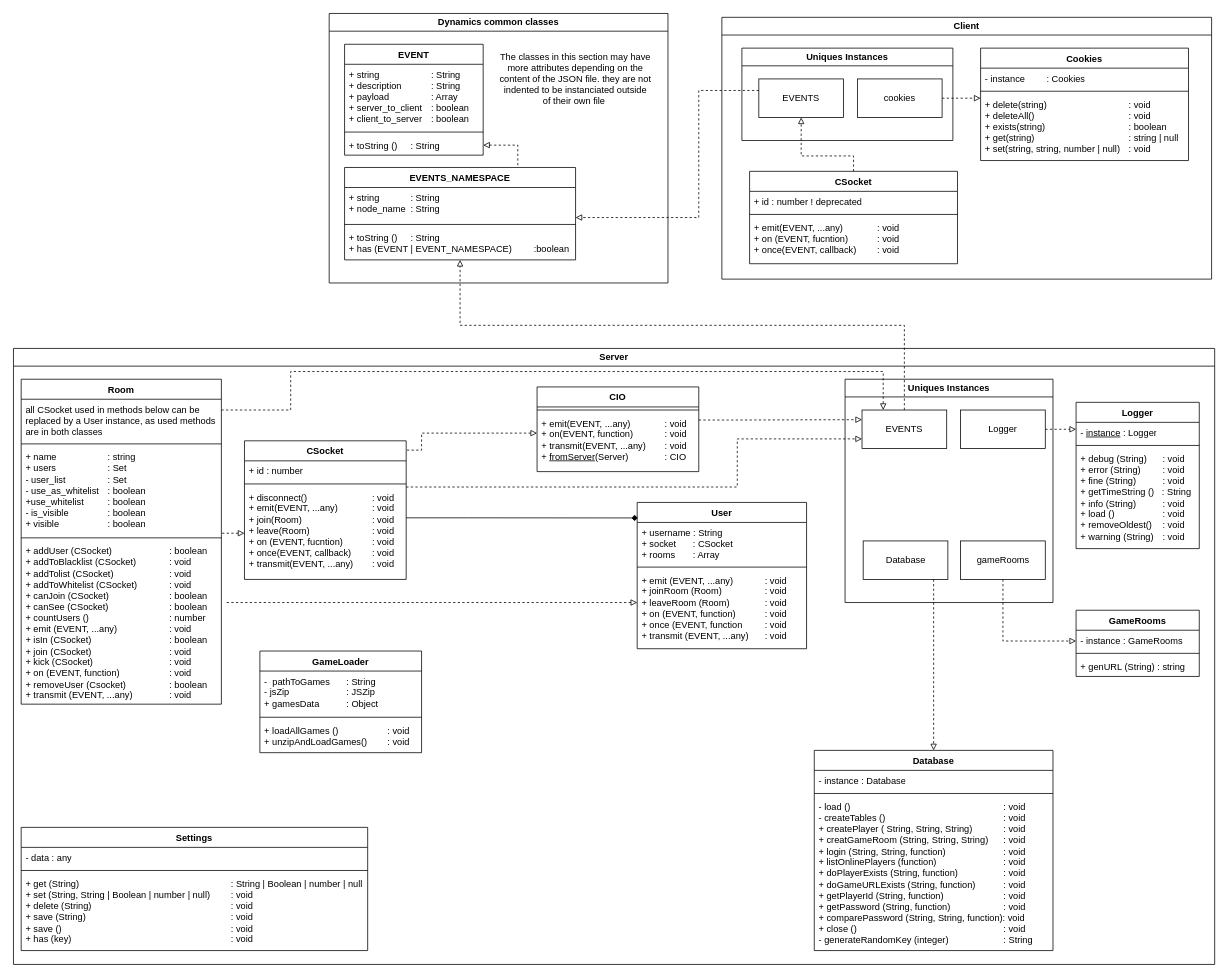
T0ine34/ortelo keeps this draw.io diagram as useful_docs/classes.drawio. Above is the earlier version. Source tidied: cells renumbered, new cells numbered last; positions are measured from the earlier drawing's top-left corner, leaving out a move shared by most shapes. Both pictures are drawn from the tidied source at 77%, with x=0, y=0 at pixel (13, 13).
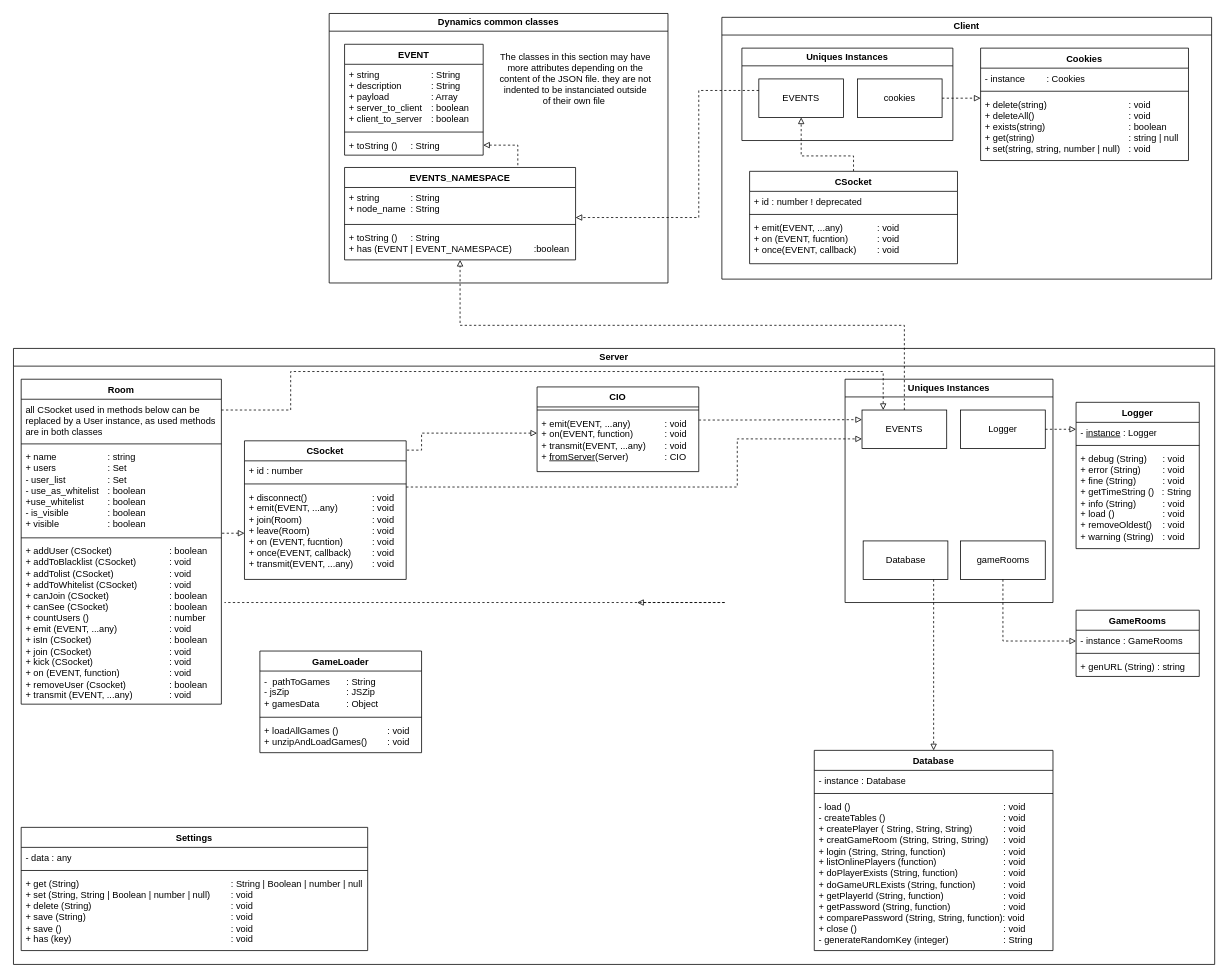
After the change.

Commit message (it also covers changes not shown here):
removing user module from diagrams

Unchanged cells that the change refers to:
```xml
<mxCell id="16" value="Server" style="swimlane;whiteSpace=wrap;html=1;" parent="1" vertex="1">
  <mxGeometry y="435" width="1560" height="800" as="geometry" />
</mxCell>
<mxCell id="20" value="+ disconnect()&amp;nbsp;&lt;span style=&quot;white-space: pre;&quot;&gt;&#9;&lt;/span&gt;&lt;span style=&quot;white-space: pre;&quot;&gt;&#9;&lt;/span&gt;&lt;span style=&quot;white-space: pre;&quot;&gt;&#9;&lt;/span&gt;: void&lt;br&gt;+ emit(EVENT, ...any) &lt;span style=&quot;white-space: pre;&quot;&gt;&#9;&lt;/span&gt;&lt;span style=&quot;white-space: pre;&quot;&gt;&#9;&lt;/span&gt;: void&lt;br&gt;+ join(Room)&lt;span style=&quot;white-space: pre;&quot;&gt;&#9;&lt;/span&gt;&lt;span style=&quot;white-space: pre;&quot;&gt;&#9;&lt;/span&gt;&lt;span style=&quot;white-space: pre;&quot;&gt;&#9;&lt;/span&gt;&lt;span style=&quot;white-space: pre;&quot;&gt;&#9;&lt;/span&gt;: void&lt;br&gt;+ leave(Room)&lt;span style=&quot;white-space: pre;&quot;&gt;&#9;&lt;/span&gt;&lt;span style=&quot;white-space: pre;&quot;&gt;&#9;&lt;/span&gt;&lt;span style=&quot;white-space: pre;&quot;&gt;&#9;&lt;/span&gt;: void&lt;br&gt;+ on (EVENT, fucntion) &lt;span style=&quot;white-space: pre;&quot;&gt;&#9;&lt;/span&gt;&lt;span style=&quot;white-space: pre;&quot;&gt;&#9;&lt;/span&gt;: void&lt;br&gt;+ once(EVENT, callback)&lt;span style=&quot;white-space: pre;&quot;&gt;&#9;&lt;/span&gt;: void&lt;br&gt;+ transmit(EVENT, ...any)&lt;span style=&quot;white-space: pre;&quot;&gt;&#9;&lt;/span&gt;: void" style="text;strokeColor=none;fillColor=none;align=left;verticalAlign=top;spacingLeft=4;spacingRight=4;overflow=hidden;points=[[0,0.5],[1,0.5]];portConstraint=eastwest;whiteSpace=wrap;html=1;" parent="17" vertex="1">
  <mxGeometry y="60" width="210" height="120" as="geometry" />
</mxCell>
```

The edit, as a diff of the source:
```diff
@@
-    <mxCell id="44" value="User" style="swimlane;fontStyle=1;align=center;verticalAlign=top;horizontal=1;startSize=26;whiteSpace=wrap;html=1;" parent="16" vertex="1">
-      <mxGeometry x="810" y="200" width="220" height="190" as="geometry" />
-    </mxCell>
-    <mxCell id="45" value="+ username : String&lt;br&gt;+ socket&lt;span style=&quot;white-space: pre;&quot;&gt;&#9;&lt;/span&gt;&amp;nbsp; &amp;nbsp; : CSocket&lt;br&gt;+ rooms&lt;span style=&quot;white-space: pre;&quot;&gt;&#9;&lt;/span&gt;&amp;nbsp; &amp;nbsp; : Array" style="text;strokeColor=none;fillColor=none;align=left;verticalAlign=top;spacingLeft=4;spacingRight=4;overflow=hidden;whiteSpace=wrap;html=1;" parent="44" vertex="1">
-      <mxGeometry y="26" width="220" height="54" as="geometry" />
-    </mxCell>
-    <mxCell id="46" style="line;strokeWidth=1;fillColor=none;align=left;verticalAlign=middle;spacingTop=-1;spacingLeft=3;spacingRight=3;labelPosition=right;strokeColor=inherit;" parent="44" vertex="1">
-      <mxGeometry y="80" width="220" height="8" as="geometry" />
-    </mxCell>
-    <mxCell id="47" value="+ emit (EVENT, ...any)&lt;span style=&quot;white-space: pre;&quot;&gt;&#9;&lt;/span&gt;&lt;span style=&quot;white-space: pre;&quot;&gt;&#9;&lt;/span&gt;: void&lt;br&gt;+ joinRoom (Room)&lt;span style=&quot;white-space: pre;&quot;&gt;&#9;&lt;/span&gt;&lt;span style=&quot;white-space: pre;&quot;&gt;&#9;&lt;/span&gt;&lt;span style=&quot;white-space: pre;&quot;&gt;&#9;&lt;/span&gt;: void&lt;br&gt;+ leaveRoom (Room)&lt;span style=&quot;white-space: pre;&quot;&gt;&#9;&lt;/span&gt;&lt;span style=&quot;white-space: pre;&quot;&gt;&#9;&lt;/span&gt;: void&lt;br&gt;+ on (EVENT, function)&amp;nbsp;&lt;span style=&quot;white-space: pre;&quot;&gt;&#9;&lt;/span&gt;&lt;span style=&quot;white-space: pre;&quot;&gt;&#9;&lt;/span&gt;: void&lt;br&gt;+ once (EVENT, function&lt;span style=&quot;white-space: pre;&quot;&gt;&#9;&lt;/span&gt;&lt;span style=&quot;white-space: pre;&quot;&gt;&#9;&lt;/span&gt;: void&lt;br&gt;+ transmit (EVENT, ...any)&lt;span style=&quot;white-space: pre;&quot;&gt;&#9;&lt;/span&gt;: void" style="text;strokeColor=none;fillColor=none;align=left;verticalAlign=top;spacingLeft=4;spacingRight=4;overflow=hidden;points=[[0,0.5],[1,0.5]];portConstraint=eastwest;whiteSpace=wrap;html=1;" parent="44" vertex="1">
-      <mxGeometry y="88" width="220" height="102" as="geometry" />
-    </mxCell>
@@
-    <mxCell id="49" style="edgeStyle=orthogonalEdgeStyle;rounded=0;jettySize=auto;html=1;dashed=1;endArrow=none;endFill=0;startArrow=block;startFill=0;" parent="16" edge="1" source="47">
+    <mxCell id="49" style="edgeStyle=orthogonalEdgeStyle;rounded=0;orthogonalLoop=1;jettySize=auto;html=1;dashed=1;endArrow=none;endFill=0;startArrow=block;startFill=0;" parent="16" edge="1">
       <mxGeometry relative="1" as="geometry">
+        <mxPoint x="810" y="330" as="sourcePoint" />
         <mxPoint x="274" y="330" as="targetPoint" />
         <Array as="points">
           <mxPoint x="925" y="330" />
         </Array>
       </mxGeometry>
     </mxCell>
@@
-    <mxCell id="53" style="edgeStyle=orthogonalEdgeStyle;rounded=0;jettySize=auto;html=1;entryX=0.004;entryY=0.106;entryDx=0;entryDy=0;entryPerimeter=0;endArrow=diamond;endFill=1;" parent="16" edge="1" source="20" target="44">
-      <mxGeometry relative="1" as="geometry">
-        <Array as="points">
-          <mxPoint x="590" y="220" />
-          <mxPoint x="590" y="220" />
-        </Array>
-      </mxGeometry>
-    </mxCell>
```
